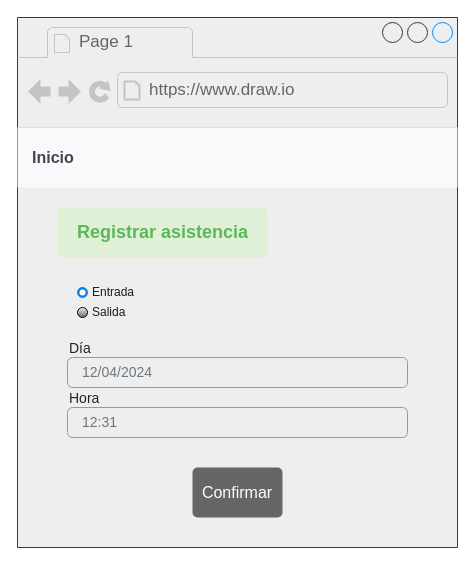
Before: subsistemas/prototipo/prototipoEncargado.drawio in ecardosa/LogiRAIL-project, a draw.io diagram. Source tidied: cells renumbered, new cells numbered last; positions are measured from the earlier drawing's top-left corner, leaving out a move shared by most shapes. Both pictures are drawn from the tidied source at 100%, with x=0, y=0 at pixel (17, 17).
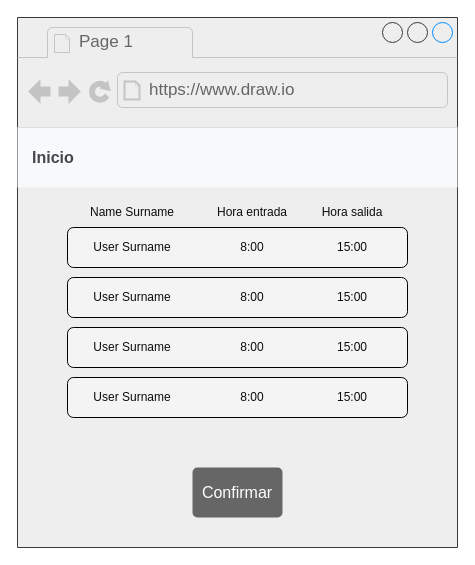
The same page after the edit.

Commit message (it also covers changes not shown here):
Presentación roman (#66)

* historias added

* Update

* Update Roman

* pruebas añadidos

* Presentación PDF

Unchanged cells that the change refers to:
```xml
<mxCell id="2" style="strokeWidth=1;shadow=0;dashed=0;align=center;html=1;shape=mxgraph.mockup.containers.browserWindow;rSize=0;strokeColor=#36393d;strokeColor2=#008cff;strokeColor3=#c4c4c4;mainText=,;fillColor=#eeeeee;" parent="1" vertex="1">
  <mxGeometry width="440" height="530" as="geometry" />
</mxCell>
```

Change to the diagram source:
```diff
@@
-    <mxCell id="6" value="&lt;span style=&quot;font-size: 18px;&quot;&gt;&lt;b&gt;Registrar asistencia&lt;br&gt;&lt;/b&gt;&lt;/span&gt;" style="html=1;shadow=0;dashed=0;shape=mxgraph.bootstrap.rrect;rSize=5;strokeColor=none;strokeWidth=1;fillColor=#E0F0D6;fontColor=#59B958;whiteSpace=wrap;align=left;verticalAlign=middle;spacing=20;" parent="2" vertex="1">
-      <mxGeometry x="40" y="190" width="210" height="50" as="geometry" />
-    </mxCell>
@@
-    <mxCell id="8" value="Entrada" style="html=1;shadow=0;dashed=0;shape=mxgraph.bootstrap.radioButton2;labelPosition=right;verticalLabelPosition=middle;align=left;verticalAlign=middle;gradientColor=#0D1BDE;fillColor=#EDEDED;checked=1;spacing=5;checkedFill=#0085FC;checkedStroke=#ffffff;sketch=0;fontColor=#1C1C1C;" parent="2" vertex="1">
-      <mxGeometry x="60" y="270" width="10" height="10" as="geometry" />
-    </mxCell>
-    <mxCell id="9" value="Salida" style="html=1;shadow=0;dashed=0;shape=mxgraph.bootstrap.radioButton2;labelPosition=right;verticalLabelPosition=middle;align=left;verticalAlign=middle;gradientColor=#696969;fillColor=#EDEDED;checked=0;spacing=5;checkedFill=#0085FC;checkedStroke=#ffffff;sketch=0;fontColor=#1C1C1C;" parent="2" vertex="1">
-      <mxGeometry x="60" y="290" width="10" height="10" as="geometry" />
-    </mxCell>
-    <mxCell id="10" value="12/04/2024" style="html=1;shadow=0;dashed=0;shape=mxgraph.bootstrap.rrect;rSize=5;fillColor=none;strokeColor=#999999;align=left;spacing=15;fontSize=14;fontColor=#6C767D;" parent="2" vertex="1">
-      <mxGeometry width="340" height="30" relative="1" as="geometry">
-        <mxPoint x="50" y="340" as="offset" />
-      </mxGeometry>
-    </mxCell>
-    <mxCell id="11" value="Día" style="fillColor=none;strokeColor=none;align=left;fontSize=14;fontColor=#212529;" parent="2" vertex="1">
-      <mxGeometry width="50" height="40" relative="1" as="geometry">
-        <mxPoint x="50" y="310" as="offset" />
-      </mxGeometry>
-    </mxCell>
-    <mxCell id="12" value="12:31" style="html=1;shadow=0;dashed=0;shape=mxgraph.bootstrap.rrect;rSize=5;fillColor=none;strokeColor=#999999;align=left;spacing=15;fontSize=14;fontColor=#6C767D;" parent="2" vertex="1">
-      <mxGeometry width="340" height="30" relative="1" as="geometry">
-        <mxPoint x="50" y="390" as="offset" />
-      </mxGeometry>
-    </mxCell>
-    <mxCell id="13" value="Hora" style="fillColor=none;strokeColor=none;align=left;fontSize=14;fontColor=#212529;" parent="2" vertex="1">
-      <mxGeometry x="50" y="360" width="50" height="40" as="geometry" />
+    <mxCell id="13" style="rounded=1;whiteSpace=wrap;html=1;fillColor=#f5f4f5;" parent="2" vertex="1">
+      <mxGeometry x="50" y="210" width="340" height="40" as="geometry" />
     </mxCell>
+    <mxCell id="14" value="User Surname" style="text;html=1;strokeColor=none;fillColor=none;align=center;verticalAlign=middle;whiteSpace=wrap;rounded=0;fontColor=#0d0d0d;" parent="2" vertex="1">
+      <mxGeometry x="70" y="215" width="90" height="30" as="geometry" />
+    </mxCell>
+    <mxCell id="15" value="Name Surname" style="text;html=1;strokeColor=none;fillColor=none;align=center;verticalAlign=middle;whiteSpace=wrap;rounded=0;fontColor=#0d0d0d;" parent="2" vertex="1">
+      <mxGeometry x="70" y="180" width="90" height="30" as="geometry" />
+    </mxCell>
+    <mxCell id="16" value="Hora entrada" style="text;html=1;strokeColor=none;fillColor=none;align=center;verticalAlign=middle;whiteSpace=wrap;rounded=0;fontColor=#0d0d0d;" parent="2" vertex="1">
+      <mxGeometry x="190" y="180" width="90" height="30" as="geometry" />
+    </mxCell>
+    <mxCell id="17" value="Hora salida" style="text;html=1;strokeColor=none;fillColor=none;align=center;verticalAlign=middle;whiteSpace=wrap;rounded=0;fontColor=#0d0d0d;" parent="2" vertex="1">
+      <mxGeometry x="290" y="180" width="90" height="30" as="geometry" />
+    </mxCell>
+    <mxCell id="18" value="8:00" style="text;html=1;strokeColor=none;fillColor=none;align=center;verticalAlign=middle;whiteSpace=wrap;rounded=0;fontColor=#0d0d0d;" parent="2" vertex="1">
+      <mxGeometry x="190" y="215" width="90" height="30" as="geometry" />
+    </mxCell>
+    <mxCell id="19" value="15:00" style="text;html=1;strokeColor=none;fillColor=none;align=center;verticalAlign=middle;whiteSpace=wrap;rounded=0;fontColor=#0d0d0d;" parent="2" vertex="1">
+      <mxGeometry x="290" y="215" width="90" height="30" as="geometry" />
+    </mxCell>
+    <mxCell id="20" style="rounded=1;whiteSpace=wrap;html=1;fillColor=#f5f4f5;" parent="2" vertex="1">
+      <mxGeometry x="50" y="260" width="340" height="40" as="geometry" />
+    </mxCell>
+    <mxCell id="21" value="User Surname" style="text;html=1;strokeColor=none;fillColor=none;align=center;verticalAlign=middle;whiteSpace=wrap;rounded=0;fontColor=#0d0d0d;" parent="2" vertex="1">
+      <mxGeometry x="70" y="265" width="90" height="30" as="geometry" />
+    </mxCell>
+    <mxCell id="22" value="8:00" style="text;html=1;strokeColor=none;fillColor=none;align=center;verticalAlign=middle;whiteSpace=wrap;rounded=0;fontColor=#0d0d0d;" parent="2" vertex="1">
+      <mxGeometry x="190" y="265" width="90" height="30" as="geometry" />
+    </mxCell>
+    <mxCell id="23" value="15:00" style="text;html=1;strokeColor=none;fillColor=none;align=center;verticalAlign=middle;whiteSpace=wrap;rounded=0;fontColor=#0d0d0d;" parent="2" vertex="1">
+      <mxGeometry x="290" y="265" width="90" height="30" as="geometry" />
+    </mxCell>
+    <mxCell id="24" style="rounded=1;whiteSpace=wrap;html=1;fillColor=#f5f4f5;" parent="2" vertex="1">
+      <mxGeometry x="50" y="310" width="340" height="40" as="geometry" />
+    </mxCell>
+    <mxCell id="25" value="User Surname" style="text;html=1;strokeColor=none;fillColor=none;align=center;verticalAlign=middle;whiteSpace=wrap;rounded=0;fontColor=#0d0d0d;" parent="2" vertex="1">
+      <mxGeometry x="70" y="315" width="90" height="30" as="geometry" />
+    </mxCell>
+    <mxCell id="26" value="8:00" style="text;html=1;strokeColor=none;fillColor=none;align=center;verticalAlign=middle;whiteSpace=wrap;rounded=0;fontColor=#0d0d0d;" parent="2" vertex="1">
+      <mxGeometry x="190" y="315" width="90" height="30" as="geometry" />
+    </mxCell>
+    <mxCell id="27" value="15:00" style="text;html=1;strokeColor=none;fillColor=none;align=center;verticalAlign=middle;whiteSpace=wrap;rounded=0;fontColor=#0d0d0d;" parent="2" vertex="1">
+      <mxGeometry x="290" y="315" width="90" height="30" as="geometry" />
+    </mxCell>
+    <mxCell id="28" style="rounded=1;whiteSpace=wrap;html=1;fillColor=#f5f4f5;" parent="2" vertex="1">
+      <mxGeometry x="50" y="360" width="340" height="40" as="geometry" />
+    </mxCell>
+    <mxCell id="29" value="User Surname" style="text;html=1;strokeColor=none;fillColor=none;align=center;verticalAlign=middle;whiteSpace=wrap;rounded=0;fontColor=#0d0d0d;" parent="2" vertex="1">
+      <mxGeometry x="70" y="365" width="90" height="30" as="geometry" />
+    </mxCell>
+    <mxCell id="30" value="8:00" style="text;html=1;strokeColor=none;fillColor=none;align=center;verticalAlign=middle;whiteSpace=wrap;rounded=0;fontColor=#0d0d0d;" parent="2" vertex="1">
+      <mxGeometry x="190" y="365" width="90" height="30" as="geometry" />
+    </mxCell>
+    <mxCell id="31" value="15:00" style="text;html=1;strokeColor=none;fillColor=none;align=center;verticalAlign=middle;whiteSpace=wrap;rounded=0;fontColor=#0d0d0d;" parent="2" vertex="1">
+      <mxGeometry x="290" y="365" width="90" height="30" as="geometry" />
+    </mxCell>
```
